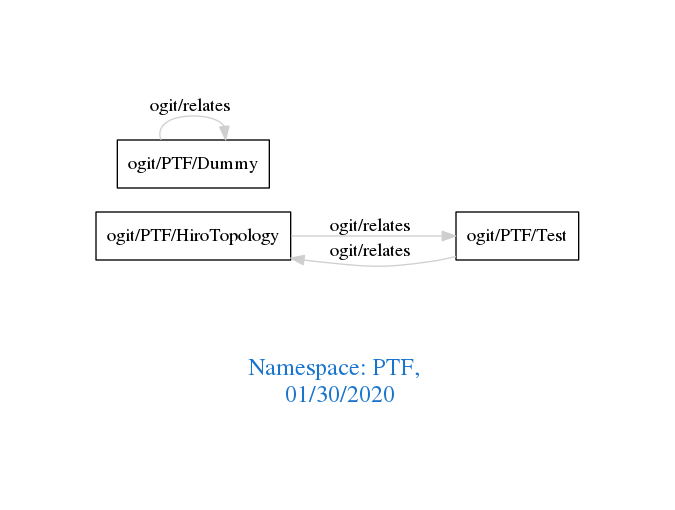
Above: downloads/PTF.png in arago/OGIT (Graphviz), before the change. Its source is kept beside it as downloads/PTF.dot.
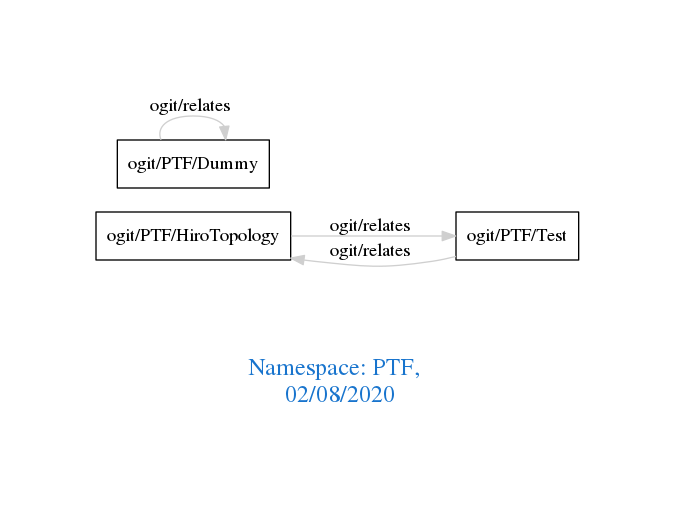
After the change.

The edit, as a diff of the source:
```diff
@@ -1,7 +1,7 @@
 digraph OGIT_ontology {
  graph [ rankdir= LR,pad=1
 fontsize = 18,
-fontcolor= dodgerblue3,label = "\n\n\nNamespace: PTF, \n 01/30/2020"];
+fontcolor= dodgerblue3,label = "\n\n\nNamespace: PTF, \n 02/08/2020"];
 node[shape=polygon];
 edge [  color="gray81"];
 
```
